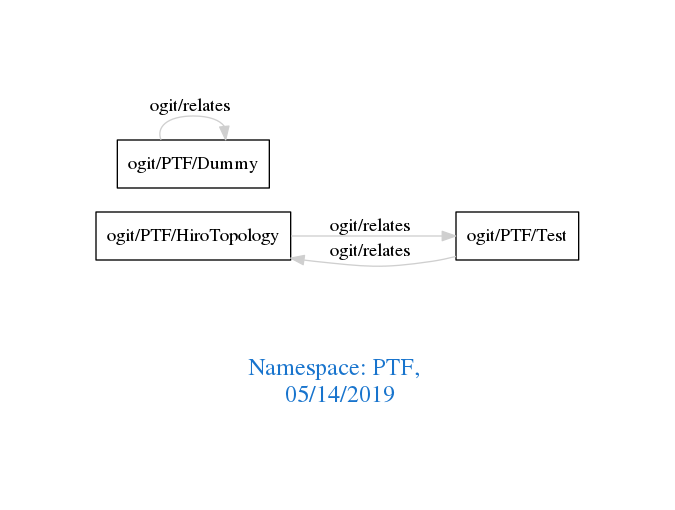
Before: downloads/PTF.png, a diagram exported from Graphviz (arago/OGIT). Its source is kept beside it as downloads/PTF.dot.
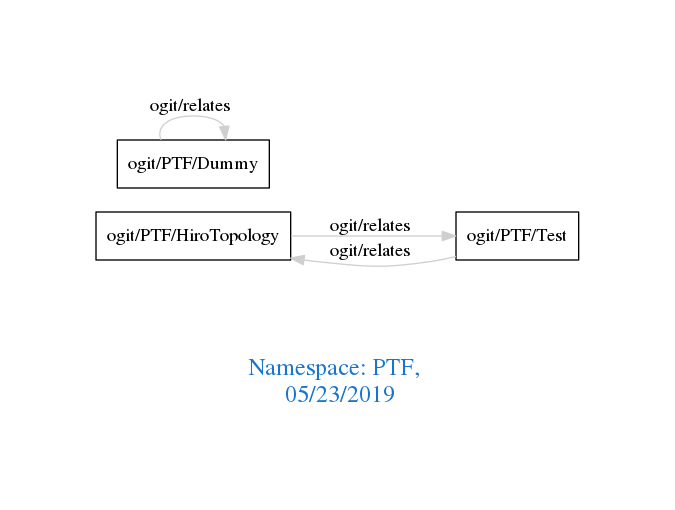
After the commit.

The edit, as a diff of the source:
```diff
@@ -1,7 +1,7 @@
 digraph OGIT_ontology {
  graph [ rankdir= LR,pad=1
 fontsize = 18,
-fontcolor= dodgerblue3,label = "\n\n\nNamespace: PTF, \n 05/14/2019"];
+fontcolor= dodgerblue3,label = "\n\n\nNamespace: PTF, \n 05/23/2019"];
 node[shape=polygon];
 edge [  color="gray81"];
 
```
